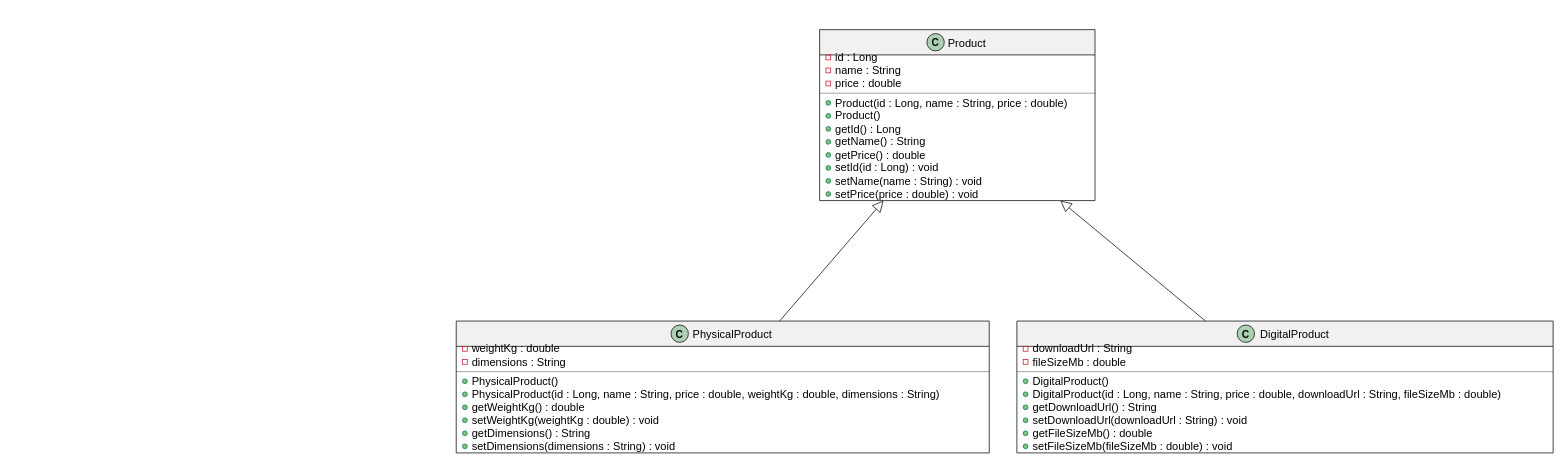
Before: docs/uml/product-hierarchy.drawio in PranidSubedi/products-api, a draw.io diagram. Source tidied: cells renumbered, new cells numbered last; positions are measured from the earlier drawing's top-left corner, leaving out a move shared by most shapes. Both pictures are drawn from the tidied source at 79%, with x=0, y=0 at pixel (13, 13).
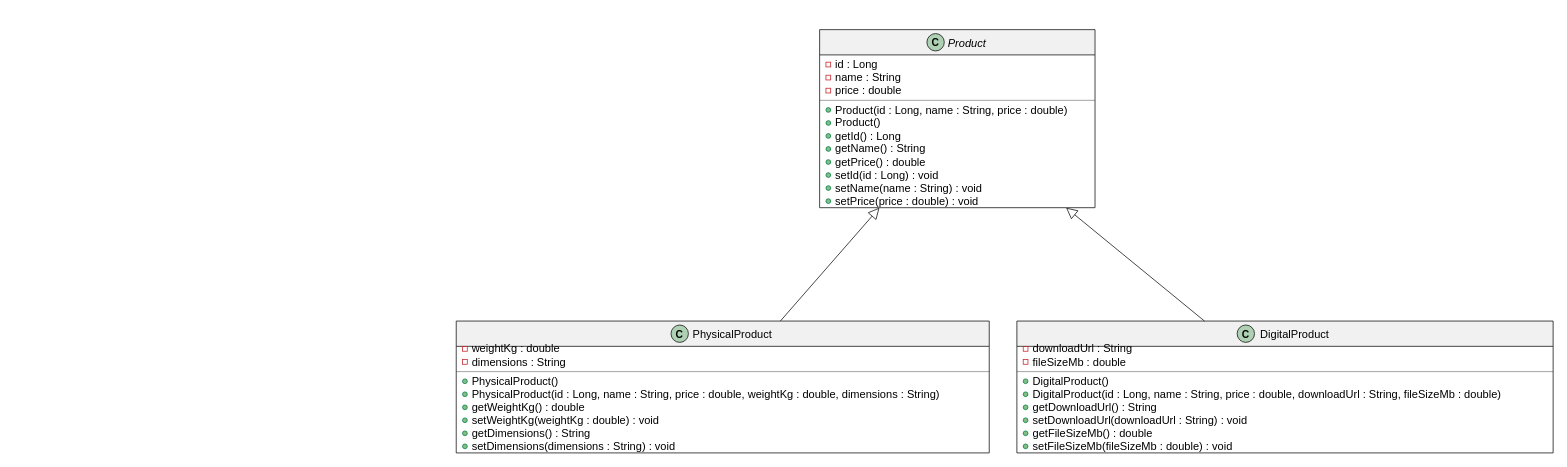
The same diagram, later.

Change to the diagram source:
```diff
@@
     <mxCell id="2" style="group;transparentBounds=1;editIcon=1;lockedGroup=0;groupPadding=10;" parent="1" vertex="1">
-      <mxGeometry as="geometry" />
+      <mxGeometry width="1368.6" height="270" as="geometry" />
     </mxCell>
-    <mxCell id="3" value="Product" style="swimlane;fontStyle=0;align=center;fontSize=14;fontColor=#000000;startSize=32;spacingLeft=25;fillColor=#F1F1F1;strokeColor=#181818;horizontal=1;" parent="2" vertex="1">
-      <mxGeometry x="1020" y="20" width="348.6" height="216.4" as="geometry" />
+    <mxCell id="3" value="Product" style="swimlane;fontStyle=2;align=center;fontSize=14;fontColor=#000000;startSize=32;spacingLeft=25;fillColor=#F1F1F1;strokeColor=#181818;horizontal=1;" parent="2" vertex="1">
+      <mxGeometry x="1020" y="20" width="348.6" height="225.4" as="geometry" />
     </mxCell>
@@
     <mxCell id="5" value="id : Long" style="text;html=1;align=left;verticalAlign=middle;spacingLeft=18;spacingRight=4;fillColor=none;strokeColor=none;fontSize=14;fontColor=#000000;fontStyle=0;whiteSpace=wrap;" parent="3" vertex="1">
-      <mxGeometry y="27" width="348.6" height="16.5" as="geometry" />
+      <mxGeometry y="36" width="348.6" height="16.5" as="geometry" />
     </mxCell>
@@
     <mxCell id="7" value="name : String" style="text;html=1;align=left;verticalAlign=middle;spacingLeft=18;spacingRight=4;fillColor=none;strokeColor=none;fontSize=14;fontColor=#000000;fontStyle=0;whiteSpace=wrap;" parent="3" vertex="1">
-      <mxGeometry y="43.5" width="348.6" height="16.5" as="geometry" />
+      <mxGeometry y="52.5" width="348.6" height="16.5" as="geometry" />
     </mxCell>
@@
     <mxCell id="9" value="price : double" style="text;html=1;align=left;verticalAlign=middle;spacingLeft=18;spacingRight=4;fillColor=none;strokeColor=none;fontSize=14;fontColor=#000000;fontStyle=0;whiteSpace=wrap;" parent="3" vertex="1">
-      <mxGeometry y="60" width="348.6" height="16.5" as="geometry" />
+      <mxGeometry y="69" width="348.6" height="16.5" as="geometry" />
     </mxCell>
@@
     <mxCell id="11" style="line;strokeWidth=0.5;strokeColor=#181818;fillColor=none;align=left;verticalAlign=middle;labelPosition=right;" parent="3" vertex="1">
-      <mxGeometry y="76.5" width="348.6" height="8" as="geometry" />
+      <mxGeometry y="85.5" width="348.6" height="8" as="geometry" />
     </mxCell>
     <mxCell id="12" value="Product(id : Long, name : String, price : double)" style="text;html=1;align=left;verticalAlign=middle;spacingLeft=18;spacingRight=4;fillColor=none;strokeColor=none;fontSize=14;fontColor=#000000;fontStyle=0;whiteSpace=wrap;" parent="3" vertex="1">
-      <mxGeometry y="84.5" width="348.6" height="16.5" as="geometry" />
+      <mxGeometry y="93.5" width="348.6" height="16.5" as="geometry" />
     </mxCell>
@@
     <mxCell id="14" value="Product()" style="text;html=1;align=left;verticalAlign=middle;spacingLeft=18;spacingRight=4;fillColor=none;strokeColor=none;fontSize=14;fontColor=#000000;fontStyle=0;whiteSpace=wrap;" parent="3" vertex="1">
-      <mxGeometry y="101" width="348.6" height="16.5" as="geometry" />
+      <mxGeometry y="110" width="348.6" height="16.5" as="geometry" />
     </mxCell>
@@
     <mxCell id="16" value="getId() : Long" style="text;html=1;align=left;verticalAlign=middle;spacingLeft=18;spacingRight=4;fillColor=none;strokeColor=none;fontSize=14;fontColor=#000000;fontStyle=0;whiteSpace=wrap;" parent="3" vertex="1">
-      <mxGeometry y="117.4" width="348.6" height="16.5" as="geometry" />
+      <mxGeometry y="126.4" width="348.6" height="16.5" as="geometry" />
     </mxCell>
@@
     <mxCell id="18" value="getName() : String" style="text;html=1;align=left;verticalAlign=middle;spacingLeft=18;spacingRight=4;fillColor=none;strokeColor=none;fontSize=14;fontColor=#000000;fontStyle=0;whiteSpace=wrap;" parent="3" vertex="1">
-      <mxGeometry y="133.9" width="348.6" height="16.5" as="geometry" />
+      <mxGeometry y="142.9" width="348.6" height="16.5" as="geometry" />
     </mxCell>
@@
     <mxCell id="20" value="getPrice() : double" style="text;html=1;align=left;verticalAlign=middle;spacingLeft=18;spacingRight=4;fillColor=none;strokeColor=none;fontSize=14;fontColor=#000000;fontStyle=0;whiteSpace=wrap;" parent="3" vertex="1">
-      <mxGeometry y="150.4" width="348.6" height="16.5" as="geometry" />
+      <mxGeometry y="159.4" width="348.6" height="16.5" as="geometry" />
     </mxCell>
@@
     <mxCell id="22" value="setId(id : Long) : void" style="text;html=1;align=left;verticalAlign=middle;spacingLeft=18;spacingRight=4;fillColor=none;strokeColor=none;fontSize=14;fontColor=#000000;fontStyle=0;whiteSpace=wrap;" parent="3" vertex="1">
-      <mxGeometry y="166.9" width="348.6" height="16.5" as="geometry" />
+      <mxGeometry y="175.9" width="348.6" height="16.5" as="geometry" />
     </mxCell>
@@
     <mxCell id="24" value="setName(name : String) : void" style="text;html=1;align=left;verticalAlign=middle;spacingLeft=18;spacingRight=4;fillColor=none;strokeColor=none;fontSize=14;fontColor=#000000;fontStyle=0;whiteSpace=wrap;" parent="3" vertex="1">
-      <mxGeometry y="183.4" width="348.6" height="16.5" as="geometry" />
+      <mxGeometry y="192.4" width="348.6" height="16.5" as="geometry" />
     </mxCell>
@@
     <mxCell id="26" value="setPrice(price : double) : void" style="text;html=1;align=left;verticalAlign=middle;spacingLeft=18;spacingRight=4;fillColor=none;strokeColor=none;fontSize=14;fontColor=#000000;fontStyle=0;whiteSpace=wrap;" parent="3" vertex="1">
-      <mxGeometry y="199.9" width="348.6" height="16.5" as="geometry" />
+      <mxGeometry y="208.9" width="348.6" height="16.5" as="geometry" />
     </mxCell>
```
